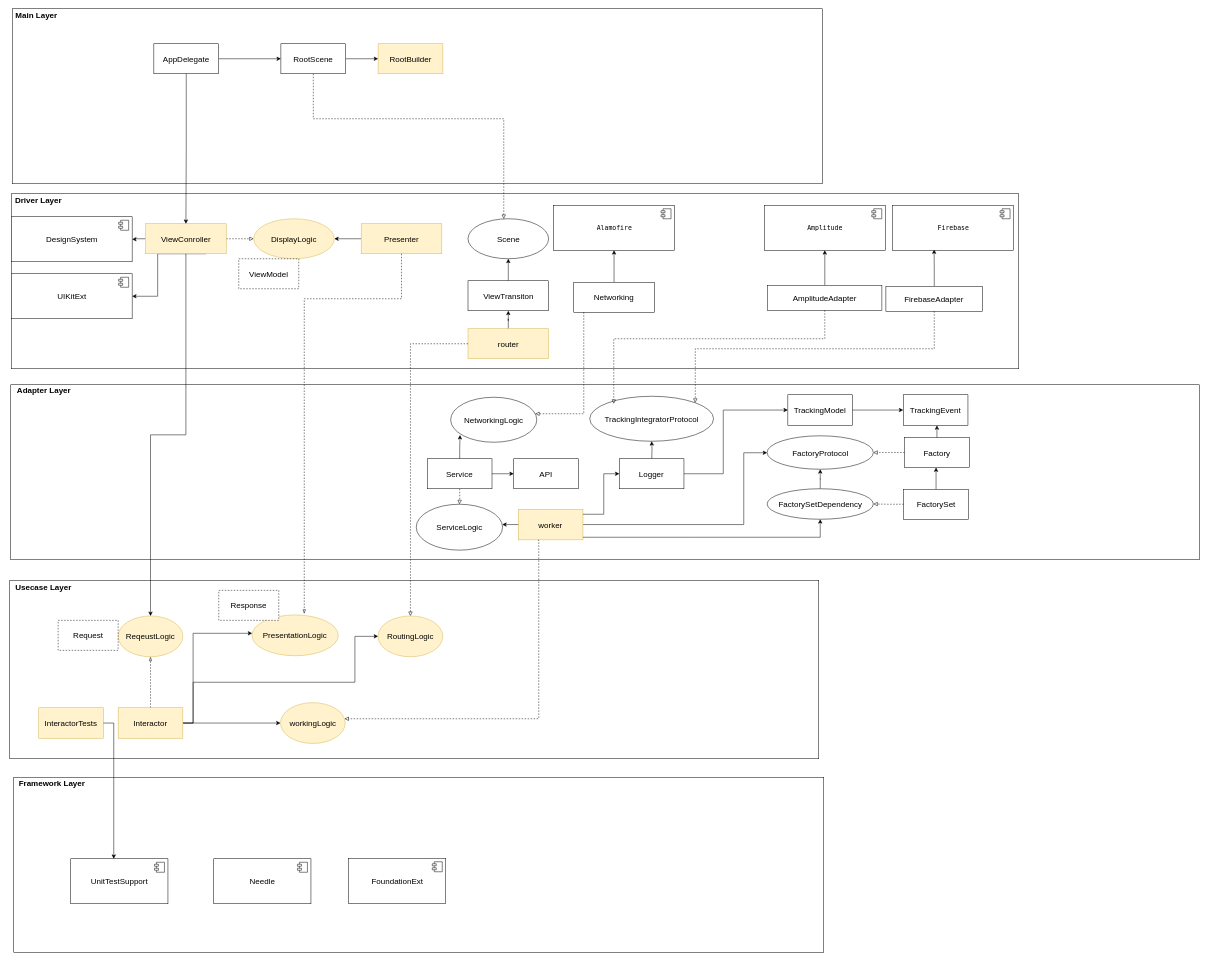
The draw.io diagram page "모듈다이어그램" (1 of 2) of modularization.drawio in gookhee/diagrams, before the edit. Source tidied: cells renumbered, new cells numbered last; positions are measured from the earlier drawing's top-left corner, leaving out a move shared by most shapes. Both pictures are drawn from the tidied source at 50%, with x=0, y=0 at pixel (8, 8).
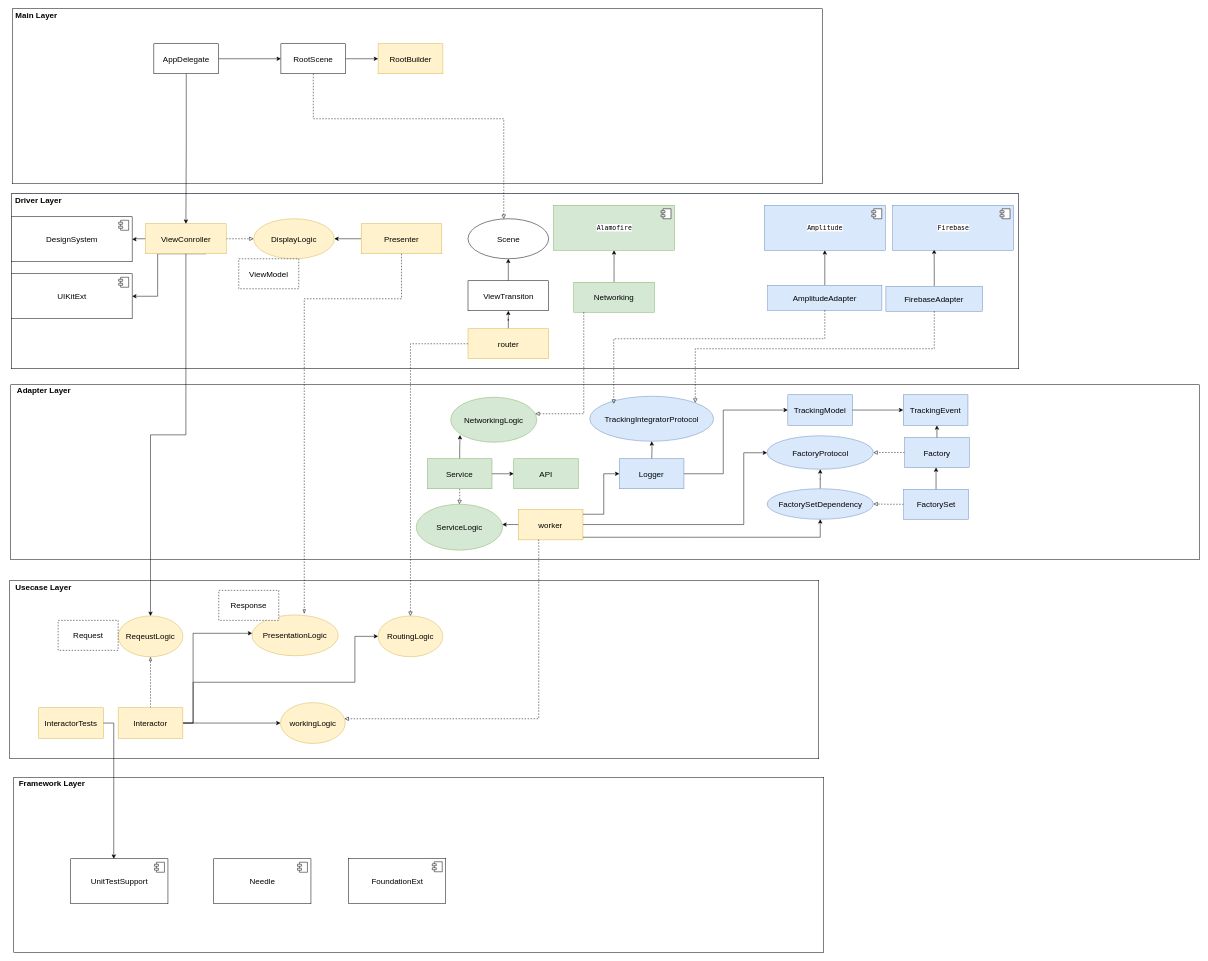
Above is the later version.

The change refers to these unchanged cells:
```xml
<mxCell id="51" style="group;dashed=1;" parent="1" vertex="1">
  <mxGeometry x="11" y="751" width="2370" height="351.8" as="geometry" />
</mxCell>
```

Diff of the diagram source:
```diff
@@
-    <mxCell id="19" style="group;" parent="1" vertex="1">
+    <mxCell id="19" style="group;fillColor=#dae8fc;strokeColor=#6c8ebf;" parent="1" vertex="1">
       <mxGeometry x="5" y="370" width="2015" height="350" as="geometry" />
     </mxCell>
@@
-    <mxCell id="37" value="AmplitudeAdapter" style="rounded=0;whiteSpace=wrap;html=1;fontSize=16;" parent="19" vertex="1">
+    <mxCell id="37" value="AmplitudeAdapter" style="rounded=0;whiteSpace=wrap;html=1;fontSize=16;fillColor=#dae8fc;strokeColor=#6c8ebf;" parent="19" vertex="1">
       <mxGeometry x="1512.9" y="183" width="228.4" height="50" as="geometry" />
     </mxCell>
@@
-    <mxCell id="39" value="FirebaseAdapter" style="rounded=0;whiteSpace=wrap;html=1;fontSize=16;" parent="19" vertex="1">
+    <mxCell id="39" value="FirebaseAdapter" style="rounded=0;whiteSpace=wrap;html=1;fontSize=16;fillColor=#dae8fc;strokeColor=#6c8ebf;" parent="19" vertex="1">
       <mxGeometry x="1749.3" y="185" width="193.4" height="50" as="geometry" />
     </mxCell>
@@
-    <mxCell id="42" value="&lt;p class=&quot;p1&quot; style=&quot;margin: 0px ; font-stretch: normal ; font-size: 13px ; line-height: normal ; font-family: &amp;#34;menlo&amp;#34; ; background-color: rgb(255 , 255 , 255)&quot;&gt;Amplitude&lt;/p&gt;" style="html=1;fontSize=16;" parent="19" vertex="1">
+    <mxCell id="42" value="&lt;p class=&quot;p1&quot; style=&quot;margin: 0px ; font-stretch: normal ; font-size: 13px ; line-height: normal ; font-family: &amp;#34;menlo&amp;#34; ; background-color: rgb(255 , 255 , 255)&quot;&gt;Amplitude&lt;/p&gt;" style="html=1;fontSize=16;fillColor=#dae8fc;strokeColor=#6c8ebf;" parent="19" vertex="1">
       <mxGeometry x="1506.2" y="23" width="241.8" height="90" as="geometry" />
     </mxCell>
@@
-    <mxCell id="44" value="&lt;p class=&quot;p1&quot; style=&quot;margin: 0px ; font-stretch: normal ; font-size: 13px ; line-height: normal ; font-family: &amp;#34;menlo&amp;#34; ; background-color: rgb(255 , 255 , 255)&quot;&gt;Firebase&lt;/p&gt;" style="html=1;fontSize=16;" parent="19" vertex="1">
+    <mxCell id="44" value="&lt;p class=&quot;p1&quot; style=&quot;margin: 0px ; font-stretch: normal ; font-size: 13px ; line-height: normal ; font-family: &amp;#34;menlo&amp;#34; ; background-color: rgb(255 , 255 , 255)&quot;&gt;Firebase&lt;/p&gt;" style="html=1;fontSize=16;fillColor=#dae8fc;strokeColor=#6c8ebf;" parent="19" vertex="1">
       <mxGeometry x="1762.8" y="23" width="241.8" height="90" as="geometry" />
     </mxCell>
@@
-    <mxCell id="47" value="Networking" style="rounded=0;whiteSpace=wrap;html=1;fontSize=16;" parent="19" vertex="1">
+    <mxCell id="47" value="Networking" style="rounded=0;whiteSpace=wrap;html=1;fontSize=16;fillColor=#d5e8d4;strokeColor=#82b366;" parent="19" vertex="1">
       <mxGeometry x="1125" y="177" width="161.2" height="60" as="geometry" />
     </mxCell>
-    <mxCell id="48" value="&lt;p class=&quot;p1&quot; style=&quot;margin: 0px ; font-stretch: normal ; font-size: 13px ; line-height: normal ; font-family: &amp;#34;menlo&amp;#34; ; background-color: rgb(255 , 255 , 255)&quot;&gt;Alamofire&lt;/p&gt;" style="html=1;fontSize=16;" parent="19" vertex="1">
+    <mxCell id="48" value="&lt;p class=&quot;p1&quot; style=&quot;margin: 0px ; font-stretch: normal ; font-size: 13px ; line-height: normal ; font-family: &amp;#34;menlo&amp;#34; ; background-color: rgb(255 , 255 , 255)&quot;&gt;Alamofire&lt;/p&gt;" style="html=1;fontSize=16;fillColor=#d5e8d4;strokeColor=#82b366;" parent="19" vertex="1">
       <mxGeometry x="1084.7" y="23" width="241.8" height="90" as="geometry" />
     </mxCell>
@@
-    <mxCell id="54" value="TrackingIntegratorProtocol" style="ellipse;whiteSpace=wrap;html=1;fontSize=16;" parent="51" vertex="1">
+    <mxCell id="54" value="TrackingIntegratorProtocol" style="ellipse;whiteSpace=wrap;html=1;fontSize=16;fillColor=#dae8fc;strokeColor=#6c8ebf;" parent="51" vertex="1">
       <mxGeometry x="1151" y="24" width="247.6" height="90" as="geometry" />
     </mxCell>
@@
-    <mxCell id="57" value="Logger" style="rounded=0;whiteSpace=wrap;html=1;fontSize=16;" parent="51" vertex="1">
+    <mxCell id="57" value="Logger" style="rounded=0;whiteSpace=wrap;html=1;fontSize=16;fillColor=#dae8fc;strokeColor=#6c8ebf;" parent="51" vertex="1">
       <mxGeometry x="1210.2" y="149" width="129.2" height="60" as="geometry" />
     </mxCell>
@@
-    <mxCell id="61" value="Service" style="rounded=0;whiteSpace=wrap;html=1;fontSize=16;" parent="51" vertex="1">
+    <mxCell id="61" value="Service" style="rounded=0;whiteSpace=wrap;html=1;fontSize=16;fillColor=#d5e8d4;strokeColor=#82b366;" parent="51" vertex="1">
       <mxGeometry x="826.3" y="149" width="129.2" height="60" as="geometry" />
     </mxCell>
-    <mxCell id="62" value="NetworkingLogic" style="ellipse;whiteSpace=wrap;html=1;fontSize=16;" parent="51" vertex="1">
+    <mxCell id="62" value="NetworkingLogic" style="ellipse;whiteSpace=wrap;html=1;fontSize=16;fillColor=#d5e8d4;strokeColor=#82b366;" parent="51" vertex="1">
       <mxGeometry x="872.8" y="26" width="172.3" height="90" as="geometry" />
     </mxCell>
-    <mxCell id="63" value="API" style="rounded=0;whiteSpace=wrap;html=1;fontSize=16;" parent="51" vertex="1">
+    <mxCell id="63" value="API" style="rounded=0;whiteSpace=wrap;html=1;fontSize=16;fillColor=#d5e8d4;strokeColor=#82b366;" parent="51" vertex="1">
       <mxGeometry x="999" y="149" width="129.2" height="60" as="geometry" />
     </mxCell>
@@
-    <mxCell id="65" value="FactorySet" style="rounded=0;whiteSpace=wrap;html=1;fontSize=16;" parent="51" vertex="1">
+    <mxCell id="65" value="FactorySet" style="rounded=0;whiteSpace=wrap;html=1;fontSize=16;fillColor=#dae8fc;strokeColor=#6c8ebf;" parent="51" vertex="1">
       <mxGeometry x="1778.8" y="210" width="129.6" height="60" as="geometry" />
     </mxCell>
-    <mxCell id="66" value="ServiceLogic" style="ellipse;whiteSpace=wrap;html=1;fontSize=16;" parent="51" vertex="1">
+    <mxCell id="66" value="ServiceLogic" style="ellipse;whiteSpace=wrap;html=1;fontSize=16;fillColor=#d5e8d4;strokeColor=#82b366;" parent="51" vertex="1">
       <mxGeometry x="804" y="240" width="172.6" height="91.8" as="geometry" />
     </mxCell>
@@
-    <mxCell id="71" value="TrackingEvent" style="rounded=0;whiteSpace=wrap;html=1;fontSize=16;" parent="51" vertex="1">
+    <mxCell id="71" value="TrackingEvent" style="rounded=0;whiteSpace=wrap;html=1;fontSize=16;fillColor=#dae8fc;strokeColor=#6c8ebf;" parent="51" vertex="1">
       <mxGeometry x="1778" y="21" width="129.4" height="61.2" as="geometry" />
     </mxCell>
-    <mxCell id="72" value="TrackingModel" style="rounded=0;whiteSpace=wrap;html=1;fontSize=16;" parent="51" vertex="1">
+    <mxCell id="72" value="TrackingModel" style="rounded=0;whiteSpace=wrap;html=1;fontSize=16;fillColor=#dae8fc;strokeColor=#6c8ebf;" parent="51" vertex="1">
       <mxGeometry x="1547.2" y="21" width="129.4" height="61.2" as="geometry" />
     </mxCell>
@@
-    <mxCell id="75" value="FactorySetDependency" style="ellipse;whiteSpace=wrap;html=1;fontSize=16;" parent="51" vertex="1">
+    <mxCell id="75" value="FactorySetDependency" style="ellipse;whiteSpace=wrap;html=1;fontSize=16;fillColor=#dae8fc;strokeColor=#6c8ebf;" parent="51" vertex="1">
       <mxGeometry x="1505.7" y="209" width="212.5" height="61" as="geometry" />
     </mxCell>
@@
-    <mxCell id="78" value="Factory" style="rounded=0;whiteSpace=wrap;html=1;fontSize=16;" parent="51" vertex="1">
+    <mxCell id="78" value="Factory" style="rounded=0;whiteSpace=wrap;html=1;fontSize=16;fillColor=#dae8fc;strokeColor=#6c8ebf;" parent="51" vertex="1">
       <mxGeometry x="1780.8" y="106.5" width="129.2" height="60" as="geometry" />
     </mxCell>
@@
-    <mxCell id="81" value="FactoryProtocol" style="ellipse;whiteSpace=wrap;html=1;fontSize=16;" parent="51" vertex="1">
+    <mxCell id="81" value="FactoryProtocol" style="ellipse;whiteSpace=wrap;html=1;fontSize=16;fillColor=#dae8fc;strokeColor=#6c8ebf;" parent="51" vertex="1">
       <mxGeometry x="1505.7" y="103.1" width="212.5" height="66.9" as="geometry" />
     </mxCell>
```
